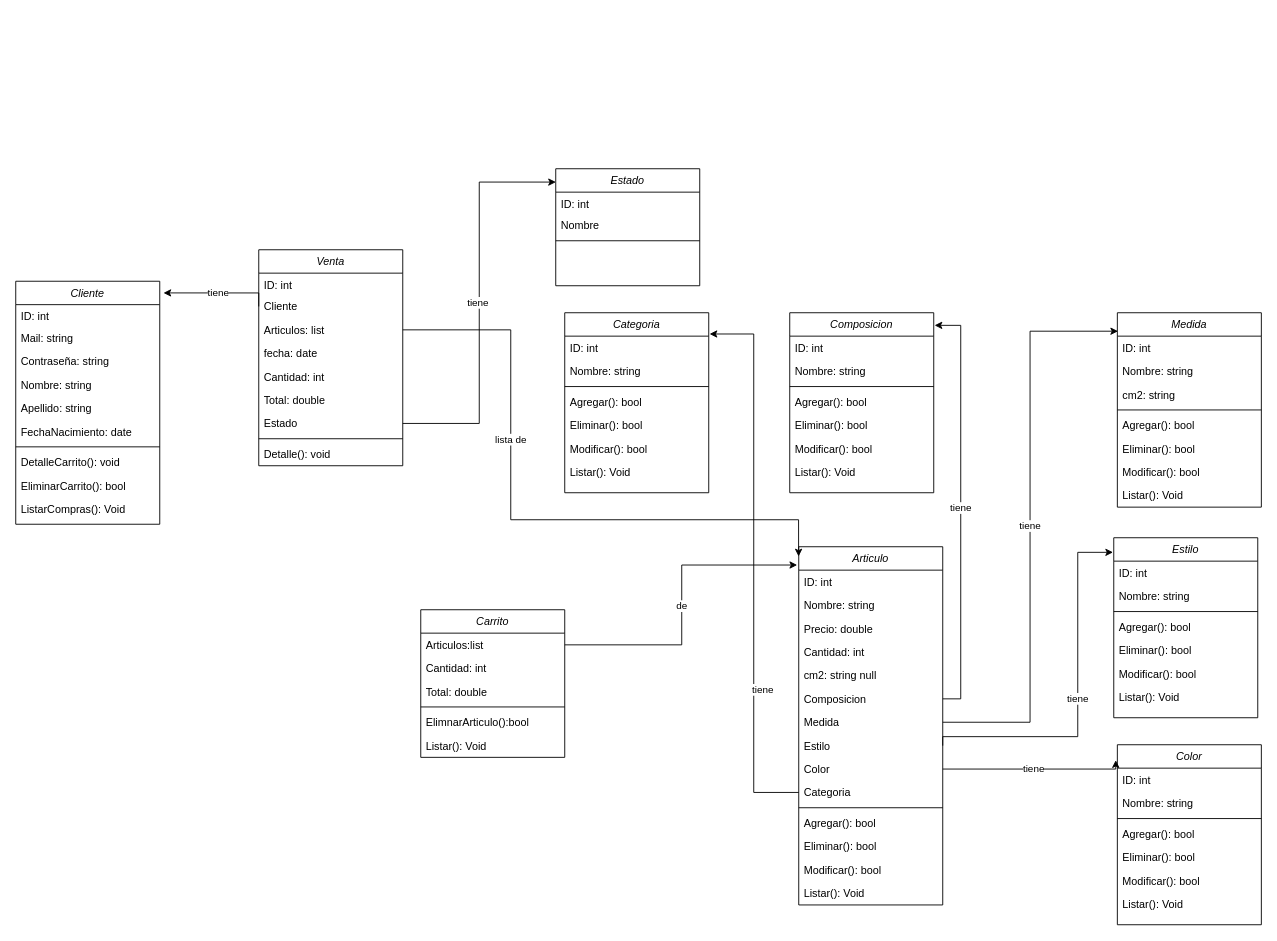
lautarovillalva/TPC-Diaz-Villalva keeps this draw.io diagram as modelo de dominio.drawio. Above is the earlier version. Source tidied: cells renumbered, new cells numbered last; positions are measured from the earlier drawing's top-left corner, leaving out a move shared by most shapes. Both pictures are drawn from the tidied source at 90%, with x=0, y=0 at pixel (15, 168).
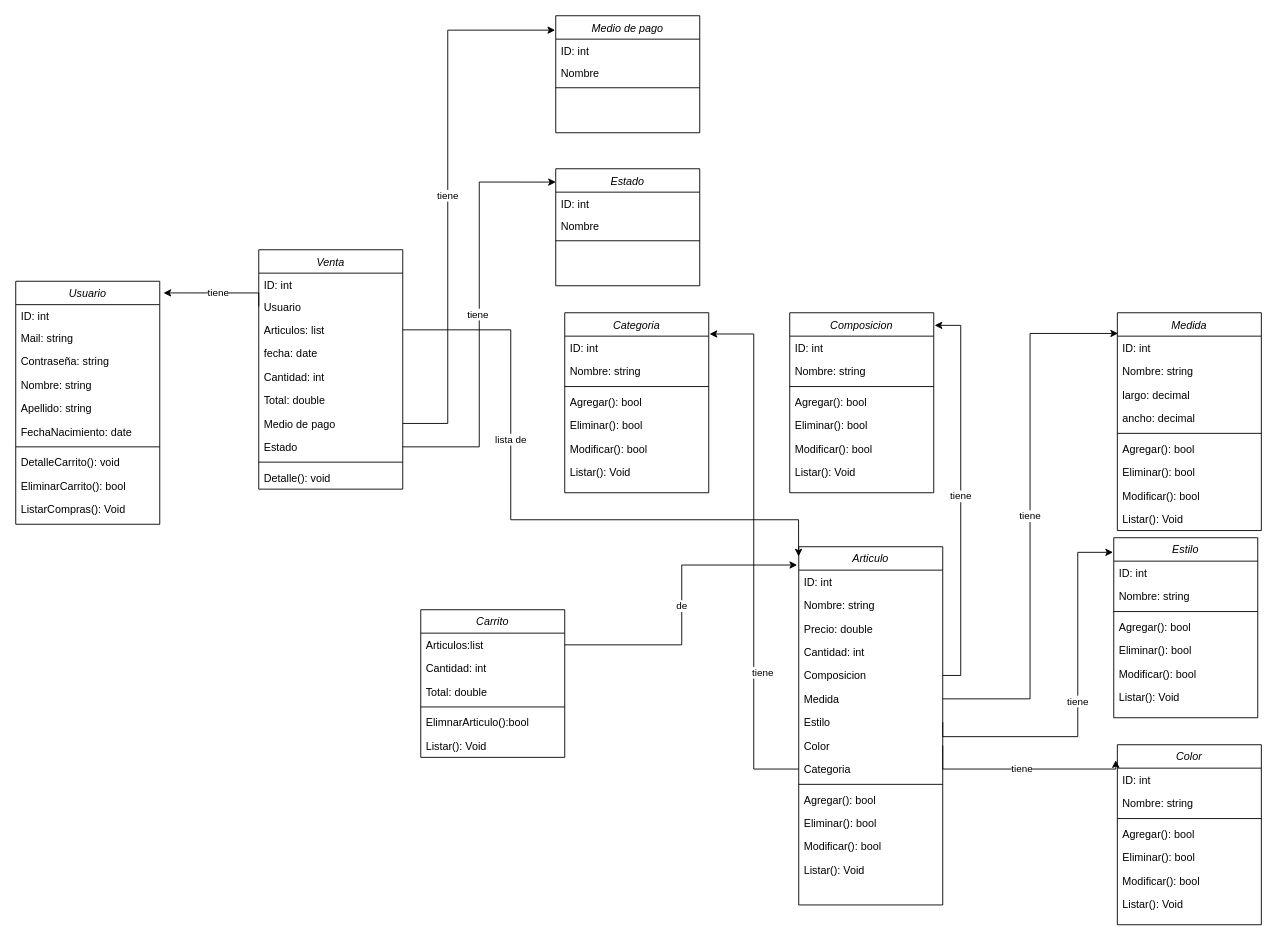
The same diagram, later.

Unchanged cells that the change refers to:
```xml
<mxCell id="2" value="Articulo" style="swimlane;fontStyle=2;align=center;verticalAlign=top;horizontal=1;startSize=26;rounded=0;shadow=0;strokeWidth=1;" parent="1" vertex="1">
  <mxGeometry x="870" y="420" width="160" height="398" as="geometry" />
</mxCell>
```

What changed in the source:
```diff
@@
-    <mxCell id="7" value="cm2: string null" style="text;align=left;verticalAlign=top;spacingLeft=4;spacingRight=4;overflow=hidden;rounded=0;shadow=0;html=0;" parent="2" vertex="1">
-      <mxGeometry y="130" width="160" height="26" as="geometry" />
-    </mxCell>
     <mxCell id="8" value="Composicion" style="text;align=left;verticalAlign=top;spacingLeft=4;spacingRight=4;overflow=hidden;points=[[0,0.5],[1,0.5]];portConstraint=eastwest;rounded=0;shadow=0;html=0;" parent="2" vertex="1">
-      <mxGeometry y="156" width="160" height="26" as="geometry" />
+      <mxGeometry y="130" width="160" height="26" as="geometry" />
     </mxCell>
     <mxCell id="9" value="Medida" style="text;align=left;verticalAlign=top;spacingLeft=4;spacingRight=4;overflow=hidden;points=[[0,0.5],[1,0.5]];portConstraint=eastwest;rounded=0;shadow=0;html=0;" parent="2" vertex="1">
-      <mxGeometry y="182" width="160" height="26" as="geometry" />
+      <mxGeometry y="156" width="160" height="26" as="geometry" />
     </mxCell>
     <mxCell id="10" value="Estilo" style="text;align=left;verticalAlign=top;spacingLeft=4;spacingRight=4;overflow=hidden;points=[[0,0.5],[1,0.5]];portConstraint=eastwest;rounded=0;shadow=0;html=0;" parent="2" vertex="1">
-      <mxGeometry y="208" width="160" height="26" as="geometry" />
+      <mxGeometry y="182" width="160" height="26" as="geometry" />
     </mxCell>
     <mxCell id="11" value="Color" style="text;align=left;verticalAlign=top;spacingLeft=4;spacingRight=4;overflow=hidden;points=[[0,0.5],[1,0.5]];portConstraint=eastwest;rounded=0;shadow=0;html=0;" parent="2" vertex="1">
-      <mxGeometry y="234" width="160" height="26" as="geometry" />
+      <mxGeometry y="208" width="160" height="26" as="geometry" />
     </mxCell>
     <mxCell id="12" value="Categoria" style="text;align=left;verticalAlign=top;spacingLeft=4;spacingRight=4;overflow=hidden;points=[[0,0.5],[1,0.5]];portConstraint=eastwest;" parent="2" vertex="1">
-      <mxGeometry y="260" width="160" height="26" as="geometry" />
+      <mxGeometry y="234" width="160" height="26" as="geometry" />
     </mxCell>
     <mxCell id="13" style="line;html=1;strokeWidth=1;align=left;verticalAlign=middle;spacingTop=-1;spacingLeft=3;spacingRight=3;labelPosition=right;" parent="2" vertex="1">
-      <mxGeometry y="286" width="160" height="8" as="geometry" />
+      <mxGeometry y="260" width="160" height="8" as="geometry" />
     </mxCell>
     <mxCell id="14" value="Agregar(): bool" style="text;align=left;verticalAlign=top;spacingLeft=4;spacingRight=4;overflow=hidden;" parent="2" vertex="1">
-      <mxGeometry y="294" width="160" height="26" as="geometry" />
+      <mxGeometry y="268" width="160" height="26" as="geometry" />
     </mxCell>
     <mxCell id="15" value="Eliminar(): bool" style="text;align=left;verticalAlign=top;spacingLeft=4;spacingRight=4;overflow=hidden;" parent="2" vertex="1">
-      <mxGeometry y="320" width="160" height="26" as="geometry" />
+      <mxGeometry y="294" width="160" height="26" as="geometry" />
     </mxCell>
     <mxCell id="16" value="Modificar(): bool" style="text;align=left;verticalAlign=top;spacingLeft=4;spacingRight=4;overflow=hidden;" parent="2" vertex="1">
-      <mxGeometry y="346" width="160" height="26" as="geometry" />
+      <mxGeometry y="320" width="160" height="26" as="geometry" />
     </mxCell>
     <mxCell id="17" value="Listar(): Void" style="text;align=left;verticalAlign=top;spacingLeft=4;spacingRight=4;overflow=hidden;" parent="2" vertex="1">
-      <mxGeometry y="372" width="160" height="26" as="geometry" />
+      <mxGeometry y="346" width="160" height="26" as="geometry" />
     </mxCell>
@@
     <mxCell id="26" value="Medida" style="swimlane;fontStyle=2;align=center;verticalAlign=top;horizontal=1;startSize=26;rounded=0;shadow=0;strokeWidth=1;" parent="1" vertex="1">
-      <mxGeometry x="1224" y="160" width="160" height="216" as="geometry" />
+      <mxGeometry x="1224" y="160" width="160" height="242" as="geometry" />
     </mxCell>
@@
-    <mxCell id="29" value="cm2: string" style="text;align=left;verticalAlign=top;spacingLeft=4;spacingRight=4;overflow=hidden;rounded=0;shadow=0;html=0;" parent="26" vertex="1">
+    <mxCell id="29" value="largo: decimal" style="text;align=left;verticalAlign=top;spacingLeft=4;spacingRight=4;overflow=hidden;rounded=0;shadow=0;html=0;" parent="26" vertex="1">
       <mxGeometry y="78" width="160" height="26" as="geometry" />
     </mxCell>
+    <mxCell id="100" value="ancho: decimal" style="text;align=left;verticalAlign=top;spacingLeft=4;spacingRight=4;overflow=hidden;rounded=0;shadow=0;html=0;" parent="26" vertex="1">
+      <mxGeometry y="104" width="160" height="26" as="geometry" />
+    </mxCell>
     <mxCell id="30" style="line;html=1;strokeWidth=1;align=left;verticalAlign=middle;spacingTop=-1;spacingLeft=3;spacingRight=3;labelPosition=right;" parent="26" vertex="1">
-      <mxGeometry y="104" width="160" height="8" as="geometry" />
+      <mxGeometry y="130" width="160" height="8" as="geometry" />
     </mxCell>
     <mxCell id="31" value="Agregar(): bool" style="text;align=left;verticalAlign=top;spacingLeft=4;spacingRight=4;overflow=hidden;" parent="26" vertex="1">
-      <mxGeometry y="112" width="160" height="26" as="geometry" />
+      <mxGeometry y="138" width="160" height="26" as="geometry" />
     </mxCell>
     <mxCell id="32" value="Eliminar(): bool" style="text;align=left;verticalAlign=top;spacingLeft=4;spacingRight=4;overflow=hidden;" parent="26" vertex="1">
-      <mxGeometry y="138" width="160" height="26" as="geometry" />
+      <mxGeometry y="164" width="160" height="26" as="geometry" />
     </mxCell>
     <mxCell id="33" value="Modificar(): bool" style="text;align=left;verticalAlign=top;spacingLeft=4;spacingRight=4;overflow=hidden;" parent="26" vertex="1">
-      <mxGeometry y="164" width="160" height="26" as="geometry" />
+      <mxGeometry y="190" width="160" height="26" as="geometry" />
     </mxCell>
     <mxCell id="34" value="Listar(): Void" style="text;align=left;verticalAlign=top;spacingLeft=4;spacingRight=4;overflow=hidden;" parent="26" vertex="1">
-      <mxGeometry y="190" width="160" height="26" as="geometry" />
+      <mxGeometry y="216" width="160" height="26" as="geometry" />
     </mxCell>
@@
-    <mxCell id="71" value="Cliente" style="swimlane;fontStyle=2;align=center;verticalAlign=top;horizontal=1;startSize=26;rounded=0;shadow=0;strokeWidth=1;" parent="1" vertex="1">
+    <mxCell id="71" value="Usuario" style="swimlane;fontStyle=2;align=center;verticalAlign=top;horizontal=1;startSize=26;rounded=0;shadow=0;strokeWidth=1;" parent="1" vertex="1">
       <mxGeometry y="125" width="160" height="270" as="geometry" />
     </mxCell>
@@
     <mxCell id="82" value="Venta" style="swimlane;fontStyle=2;align=center;verticalAlign=top;horizontal=1;startSize=26;rounded=0;shadow=0;strokeWidth=1;" parent="1" vertex="1">
-      <mxGeometry x="270" y="90" width="160" height="240" as="geometry" />
+      <mxGeometry x="270" y="90" width="160" height="266" as="geometry" />
     </mxCell>
@@
-    <mxCell id="84" value="Cliente" style="text;align=left;verticalAlign=top;spacingLeft=4;spacingRight=4;overflow=hidden;points=[[0,0.5],[1,0.5]];portConstraint=eastwest;rounded=0;shadow=0;html=0;" parent="82" vertex="1">
+    <mxCell id="84" value="Usuario" style="text;align=left;verticalAlign=top;spacingLeft=4;spacingRight=4;overflow=hidden;points=[[0,0.5],[1,0.5]];portConstraint=eastwest;rounded=0;shadow=0;html=0;" parent="82" vertex="1">
       <mxGeometry y="50" width="160" height="26" as="geometry" />
     </mxCell>
@@
+    <mxCell id="101" value="Medio de pago" style="text;align=left;verticalAlign=top;spacingLeft=4;spacingRight=4;overflow=hidden;points=[[0,0.5],[1,0.5]];portConstraint=eastwest;rounded=0;shadow=0;html=0;" parent="82" vertex="1">
+      <mxGeometry y="180" width="160" height="26" as="geometry" />
+    </mxCell>
     <mxCell id="89" value="Estado" style="text;align=left;verticalAlign=top;spacingLeft=4;spacingRight=4;overflow=hidden;points=[[0,0.5],[1,0.5]];portConstraint=eastwest;rounded=0;shadow=0;html=0;" parent="82" vertex="1">
-      <mxGeometry y="180" width="160" height="26" as="geometry" />
+      <mxGeometry y="206" width="160" height="26" as="geometry" />
     </mxCell>
     <mxCell id="90" style="line;html=1;strokeWidth=1;align=left;verticalAlign=middle;spacingTop=-1;spacingLeft=3;spacingRight=3;labelPosition=right;" parent="82" vertex="1">
-      <mxGeometry y="206" width="160" height="8" as="geometry" />
+      <mxGeometry y="232" width="160" height="8" as="geometry" />
     </mxCell>
     <mxCell id="91" value="Detalle(): void" style="text;align=left;verticalAlign=top;spacingLeft=4;spacingRight=4;overflow=hidden;" parent="82" vertex="1">
-      <mxGeometry y="214" width="160" height="26" as="geometry" />
+      <mxGeometry y="240" width="160" height="26" as="geometry" />
     </mxCell>
@@
+    <mxCell id="102" value="Medio de pago" style="swimlane;fontStyle=2;align=center;verticalAlign=top;horizontal=1;startSize=26;rounded=0;shadow=0;strokeWidth=1;" parent="1" vertex="1">
+      <mxGeometry x="600" y="-170" width="160" height="130" as="geometry" />
+    </mxCell>
+    <mxCell id="103" value="ID: int" style="text;align=left;verticalAlign=top;spacingLeft=4;spacingRight=4;overflow=hidden;" parent="102" vertex="1">
+      <mxGeometry y="26" width="160" height="24" as="geometry" />
+    </mxCell>
+    <mxCell id="104" value="Nombre" style="text;align=left;verticalAlign=top;spacingLeft=4;spacingRight=4;overflow=hidden;rounded=0;shadow=0;html=0;" parent="102" vertex="1">
+      <mxGeometry y="50" width="160" height="26" as="geometry" />
+    </mxCell>
+    <mxCell id="105" style="line;html=1;strokeWidth=1;align=left;verticalAlign=middle;spacingTop=-1;spacingLeft=3;spacingRight=3;labelPosition=right;" parent="102" vertex="1">
+      <mxGeometry y="76" width="160" height="8" as="geometry" />
+    </mxCell>
+    <mxCell id="106" value="tiene" style="edgeStyle=orthogonalEdgeStyle;rounded=0;jettySize=auto;html=1;exitX=1;exitY=0.5;exitDx=0;exitDy=0;entryX=-0.004;entryY=0.123;entryDx=0;entryDy=0;entryPerimeter=0;" parent="1" edge="1" source="101" target="102">
+      <mxGeometry relative="1" as="geometry">
+        <Array as="points">
+          <mxPoint x="480" y="283" />
+          <mxPoint x="480" y="-154" />
+        </Array>
+      </mxGeometry>
+    </mxCell>
```
